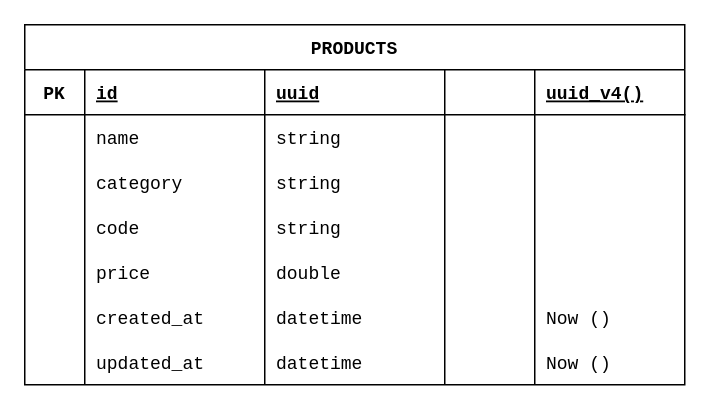
This is page "Products" (4 of 4) of requirements/Database ERD.drawio from foxxxesky/Final-Projects-Backend-OVO, a draw.io file, before an edit. Source tidied: cells renumbered, new cells numbered last; positions are measured from the earlier drawing's top-left corner, leaving out a move shared by most shapes. Both pictures are drawn from the tidied source at 150%, with x=0, y=0 at pixel (24, 24).
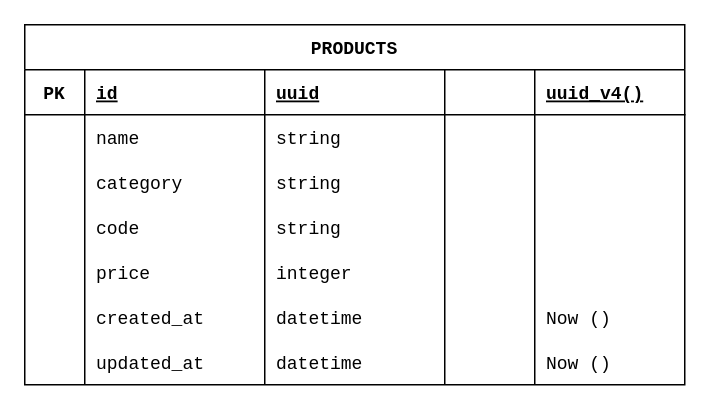
The same diagram, later.

Unchanged cells that the change refers to:
```xml
<mxCell id="27" style="shape=tableRow;horizontal=0;startSize=0;swimlaneHead=0;swimlaneBody=0;fillColor=none;top=0;left=0;right=0;bottom=0;fontFamily=Courier New;" parent="2" vertex="1">
  <mxGeometry y="150" width="440" height="30" as="geometry" />
</mxCell>
```

What changed in the source:
```diff
@@
-    <mxCell id="30" value="double" style="shape=partialRectangle;fillColor=none;top=0;left=0;bottom=0;right=0;align=left;spacingLeft=6;overflow=hidden;fontFamily=Courier New;" parent="27" vertex="1">
+    <mxCell id="30" value="integer" style="shape=partialRectangle;fillColor=none;top=0;left=0;bottom=0;right=0;align=left;spacingLeft=6;overflow=hidden;fontFamily=Courier New;" parent="27" vertex="1">
       <mxGeometry x="160" width="120" height="30" as="geometry" />
     </mxCell>
```
